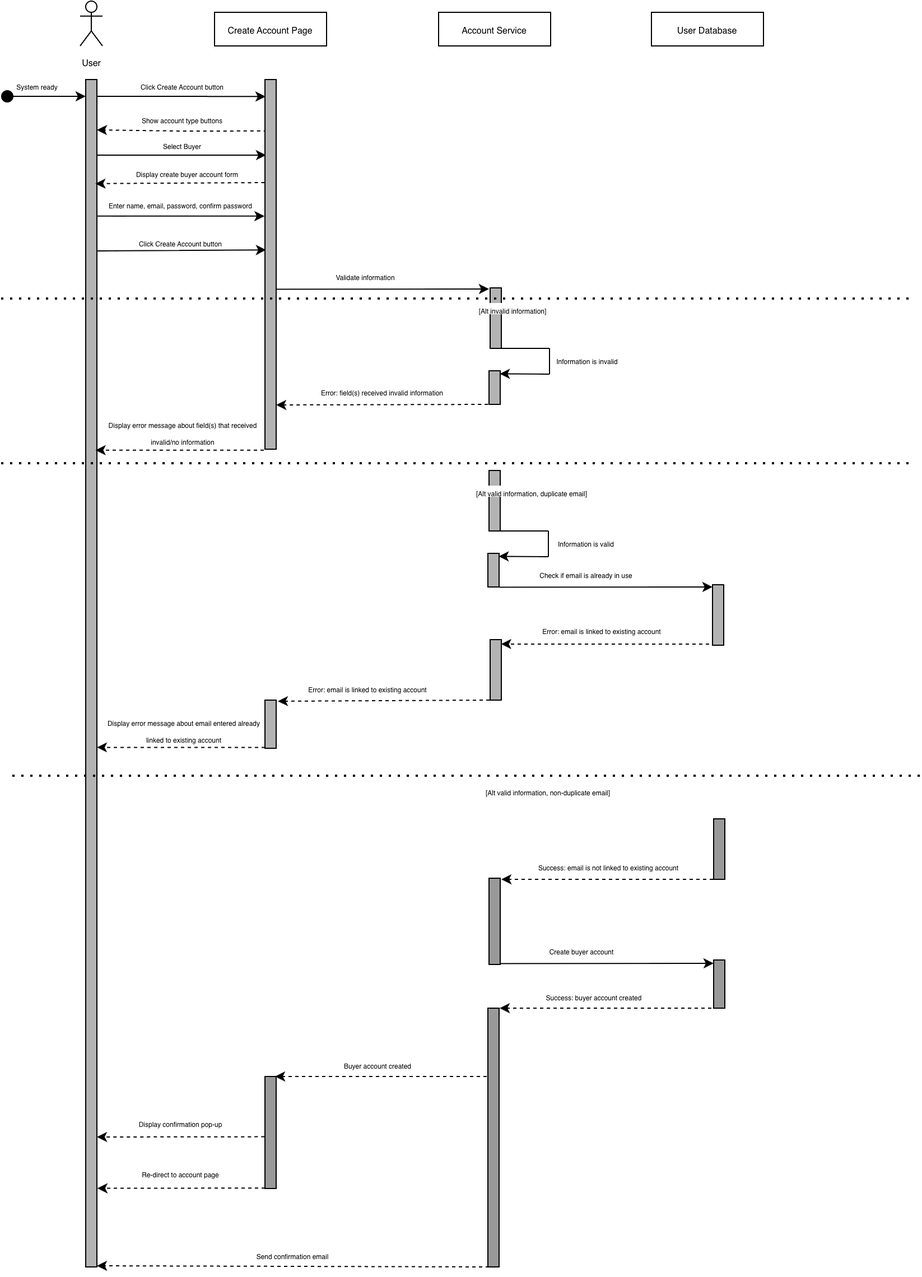
Jason-Kng/Bulldog-Records keeps this draw.io diagram as Camila Da Silva/US1_Buyer_Create_Account/US1_Sequence.png. Above is the earlier version. Source tidied: cells renumbered, new cells last; positions are measured from the earlier drawing's top-left corner, leaving out a move shared by most shapes.
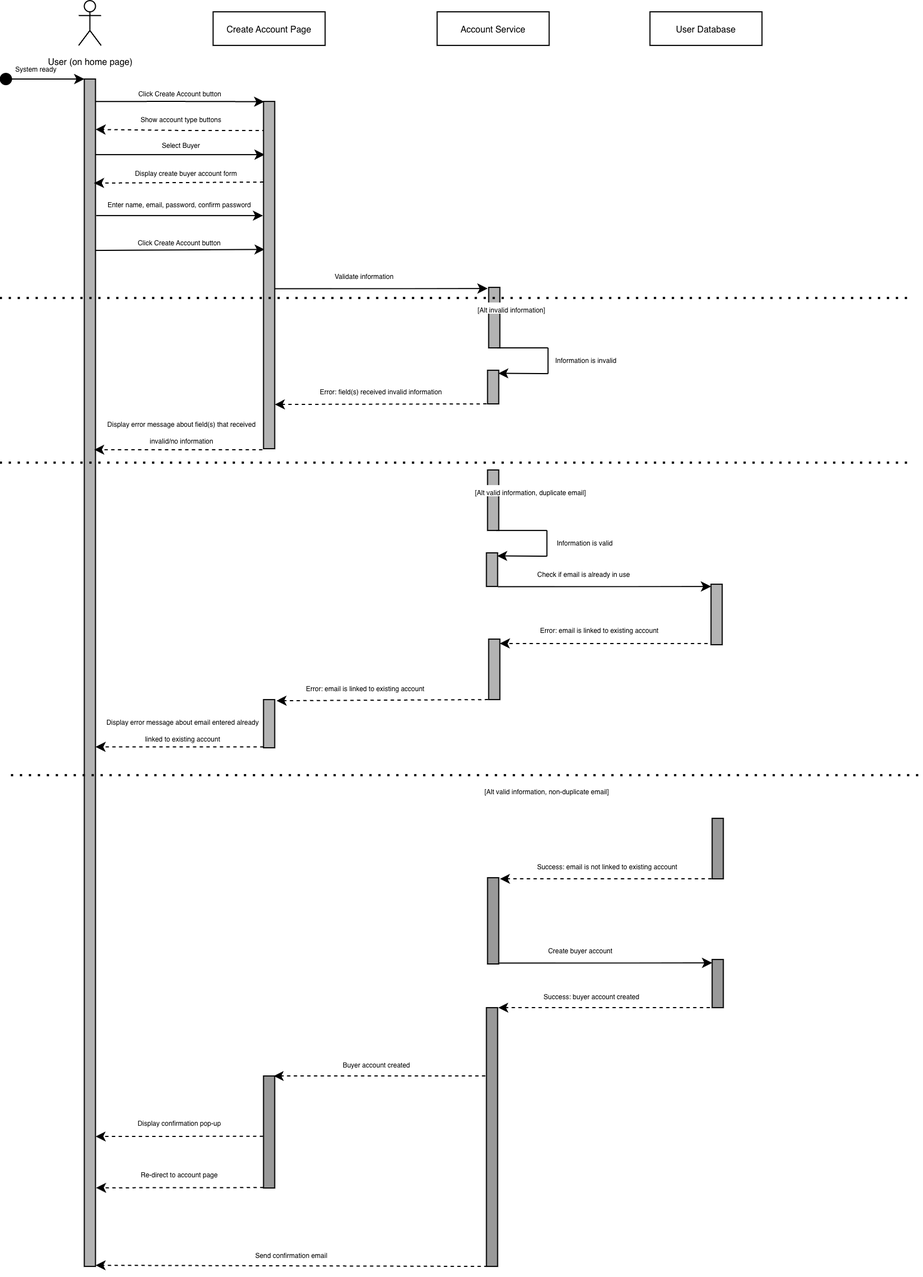
After the commit.

Change to the diagram source:
```diff
@@ -2,7 +2,7 @@
   <root>
     <mxCell id="0" />
     <mxCell id="1" parent="0" />
-    <mxCell id="2" value="&lt;font style=&quot;font-size: 8px;&quot;&gt;User&lt;/font&gt;" style="shape=umlActor;verticalLabelPosition=bottom;verticalAlign=top;html=1;" parent="1" vertex="1">
+    <mxCell id="2" value="&lt;font style=&quot;font-size: 8px;&quot;&gt;User (on home page)&lt;/font&gt;" style="shape=umlActor;verticalLabelPosition=bottom;verticalAlign=top;html=1;" parent="1" vertex="1">
       <mxGeometry x="70" width="20" height="40" as="geometry" />
     </mxCell>
     <mxCell id="3" value="&lt;font style=&quot;font-size: 8px;&quot;&gt;Create Account Page&lt;/font&gt;" style="rounded=0;whiteSpace=wrap;html=1;" parent="1" vertex="1">
@@ -16,23 +16,23 @@
     </mxCell>
     <mxCell id="6" style="edgeStyle=orthogonalEdgeStyle;rounded=0;jettySize=auto;html=1;entryX=0;entryY=0.5;entryDx=0;entryDy=0;" parent="1" edge="1" source="7">
       <mxGeometry relative="1" as="geometry">
-        <mxPoint x="75" y="85" as="targetPoint" />
+        <mxPoint x="75" y="70" as="targetPoint" />
       </mxGeometry>
     </mxCell>
     <mxCell id="7" style="ellipse;whiteSpace=wrap;html=1;shapeInside=1;strokeColor=light-dark(#000000,#000000);fillColor=light-dark(default, #121212);" parent="1" vertex="1">
-      <mxGeometry y="80" width="10" height="10" as="geometry" />
+      <mxGeometry y="65" width="10" height="10" as="geometry" />
     </mxCell>
     <mxCell id="8" value="&lt;font style=&quot;font-size: 6px;&quot;&gt;System ready&lt;/font&gt;" style="text;html=1;whiteSpace=wrap;strokeColor=none;fillColor=none;align=center;verticalAlign=middle;rounded=0;" parent="1" vertex="1">
-      <mxGeometry x="7" y="70" width="50" height="10" as="geometry" />
+      <mxGeometry x="7" y="55" width="50" height="10" as="geometry" />
     </mxCell>
     <mxCell id="9" style="edgeStyle=orthogonalEdgeStyle;rounded=0;orthogonalLoop=1;jettySize=auto;html=1;entryX=0.06;entryY=0.169;entryDx=0;entryDy=0;entryPerimeter=0;" parent="1" edge="1">
       <mxGeometry relative="1" as="geometry">
-        <mxPoint x="85" y="85" as="sourcePoint" />
-        <mxPoint x="235.6" y="85.2" as="targetPoint" />
+        <mxPoint x="85" y="90" as="sourcePoint" />
+        <mxPoint x="235.6" y="90.2" as="targetPoint" />
       </mxGeometry>
     </mxCell>
     <mxCell id="10" value="&lt;font style=&quot;font-size: 6px;&quot;&gt;Click Create Account button&lt;/font&gt;" style="text;html=1;whiteSpace=wrap;strokeColor=none;fillColor=none;align=center;verticalAlign=middle;rounded=0;" parent="1" vertex="1">
-      <mxGeometry x="123" y="70" width="77" height="10" as="geometry" />
+      <mxGeometry x="122" y="77" width="77" height="10" as="geometry" />
     </mxCell>
     <mxCell id="11" style="edgeStyle=orthogonalEdgeStyle;rounded=0;orthogonalLoop=1;jettySize=auto;html=1;dashed=1;entryX=1;entryY=0.5;entryDx=0;entryDy=0;exitX=0.183;exitY=0.051;exitDx=0;exitDy=0;exitPerimeter=0;" parent="1" edge="1">
       <mxGeometry relative="1" as="geometry">
@@ -231,7 +231,7 @@
       <mxGeometry x="435" y="330" width="10" height="30" as="geometry" />
     </mxCell>
     <mxCell id="57" style="rounded=0;whiteSpace=wrap;html=1;fillColor=#B3B3B3;" parent="1" vertex="1">
-      <mxGeometry x="235" y="70" width="10" height="330" as="geometry" />
+      <mxGeometry x="235" y="90" width="10" height="310" as="geometry" />
     </mxCell>
     <mxCell id="58" style="rounded=0;whiteSpace=wrap;html=1;fillColor=#B3B3B3;" parent="1" vertex="1">
       <mxGeometry x="235" y="624" width="10" height="43" as="geometry" />
```
